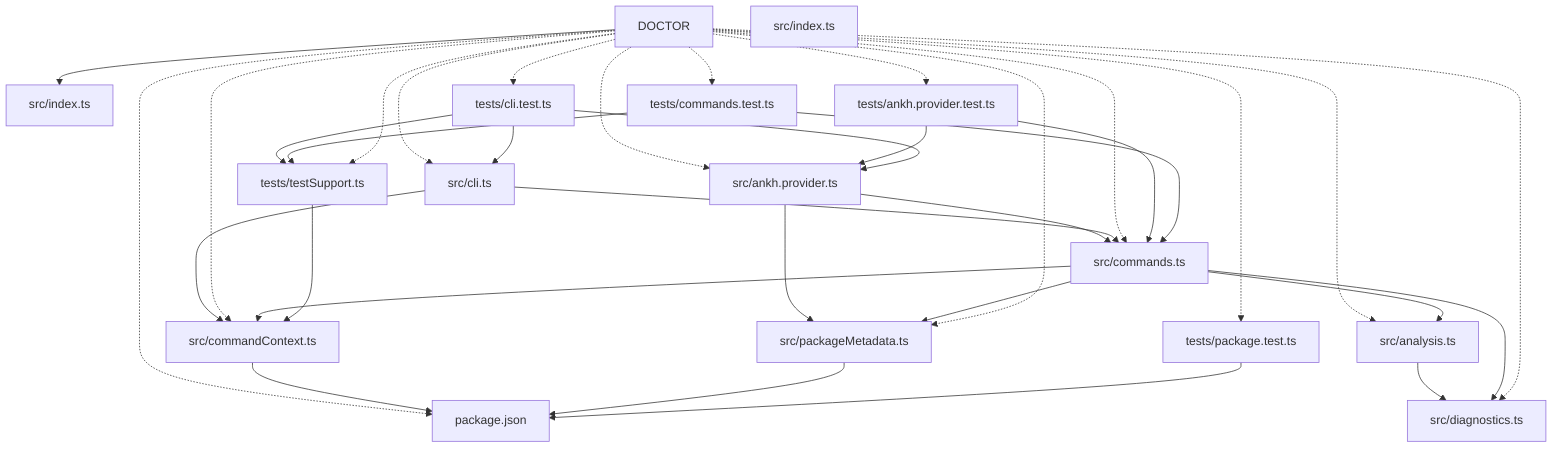
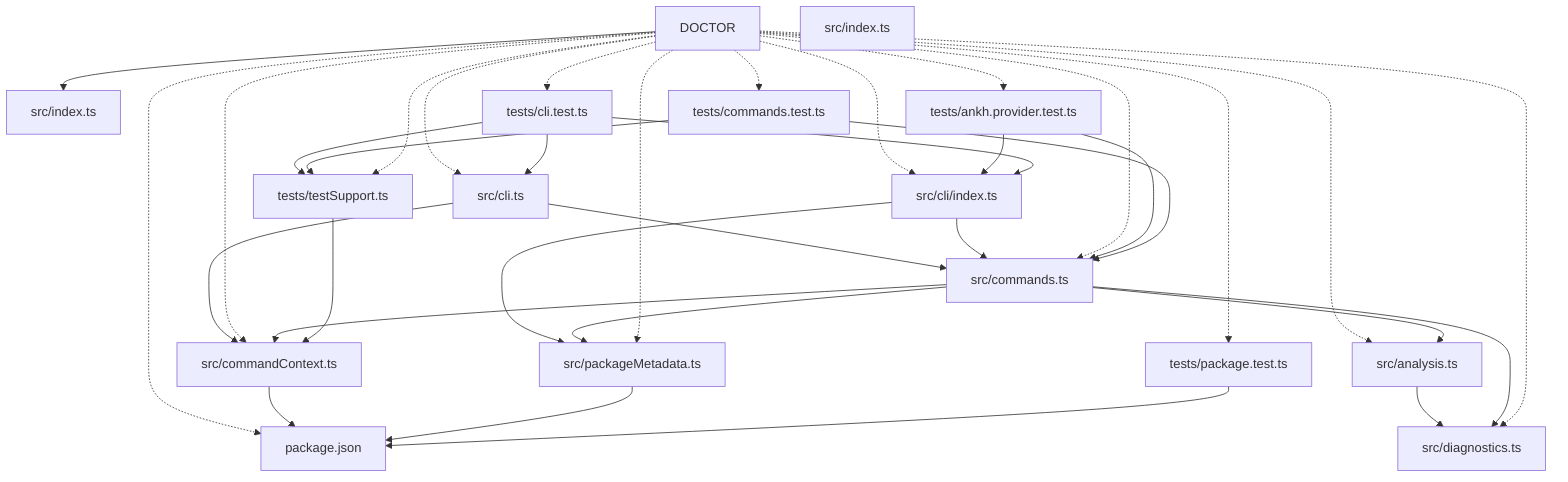
graph TD
  package__ankhorage_doctor["DOCTOR"]
  entrypoint_src_index_ts["src/index.ts"]
  package__ankhorage_doctor --> entrypoint_src_index_ts
  module_package_json["package.json"]
  package__ankhorage_doctor -.-> module_package_json
  module_src_analysis_ts["src/analysis.ts"]
  package__ankhorage_doctor -.-> module_src_analysis_ts
  module_src_analysis_ts --> module_src_diagnostics_ts
-   module_src_ankh_provider_ts["src/ankh.provider.ts"]
-   package__ankhorage_doctor -.-> module_src_ankh_provider_ts
-   module_src_ankh_provider_ts --> module_src_commands_ts
-   module_src_ankh_provider_ts --> module_src_packageMetadata_ts
  module_src_cli_ts["src/cli.ts"]
  package__ankhorage_doctor -.-> module_src_cli_ts
  module_src_cli_ts --> module_src_commandContext_ts
  module_src_cli_ts --> module_src_commands_ts
+   module_src_cli_index_ts["src/cli/index.ts"]
+   package__ankhorage_doctor -.-> module_src_cli_index_ts
+   module_src_cli_index_ts --> module_src_commands_ts
+   module_src_cli_index_ts --> module_src_packageMetadata_ts
  module_src_commandContext_ts["src/commandContext.ts"]
  package__ankhorage_doctor -.-> module_src_commandContext_ts
  module_src_commandContext_ts --> module_package_json
  module_src_commands_ts["src/commands.ts"]
  package__ankhorage_doctor -.-> module_src_commands_ts
  module_src_commands_ts --> module_src_analysis_ts
  module_src_commands_ts --> module_src_commandContext_ts
  module_src_commands_ts --> module_src_diagnostics_ts
  module_src_commands_ts --> module_src_packageMetadata_ts
  module_src_diagnostics_ts["src/diagnostics.ts"]
  package__ankhorage_doctor -.-> module_src_diagnostics_ts
  module_src_index_ts["src/index.ts"]
  module_src_packageMetadata_ts["src/packageMetadata.ts"]
  package__ankhorage_doctor -.-> module_src_packageMetadata_ts
  module_src_packageMetadata_ts --> module_package_json
  module_tests_ankh_provider_test_ts["tests/ankh.provider.test.ts"]
  package__ankhorage_doctor -.-> module_tests_ankh_provider_test_ts
-   module_tests_ankh_provider_test_ts --> module_src_ankh_provider_ts
+   module_tests_ankh_provider_test_ts --> module_src_cli_index_ts
  module_tests_ankh_provider_test_ts --> module_src_commands_ts
  module_tests_cli_test_ts["tests/cli.test.ts"]
  package__ankhorage_doctor -.-> module_tests_cli_test_ts
-   module_tests_cli_test_ts --> module_src_ankh_provider_ts
  module_tests_cli_test_ts --> module_src_cli_ts
+   module_tests_cli_test_ts --> module_src_cli_index_ts
  module_tests_cli_test_ts --> module_tests_testSupport_ts
  module_tests_commands_test_ts["tests/commands.test.ts"]
  package__ankhorage_doctor -.-> module_tests_commands_test_ts
  module_tests_commands_test_ts --> module_src_commands_ts
  module_tests_commands_test_ts --> module_tests_testSupport_ts
  module_tests_package_test_ts["tests/package.test.ts"]
  package__ankhorage_doctor -.-> module_tests_package_test_ts
  module_tests_package_test_ts --> module_package_json
  module_tests_testSupport_ts["tests/testSupport.ts"]
  package__ankhorage_doctor -.-> module_tests_testSupport_ts
  module_tests_testSupport_ts --> module_src_commandContext_ts
